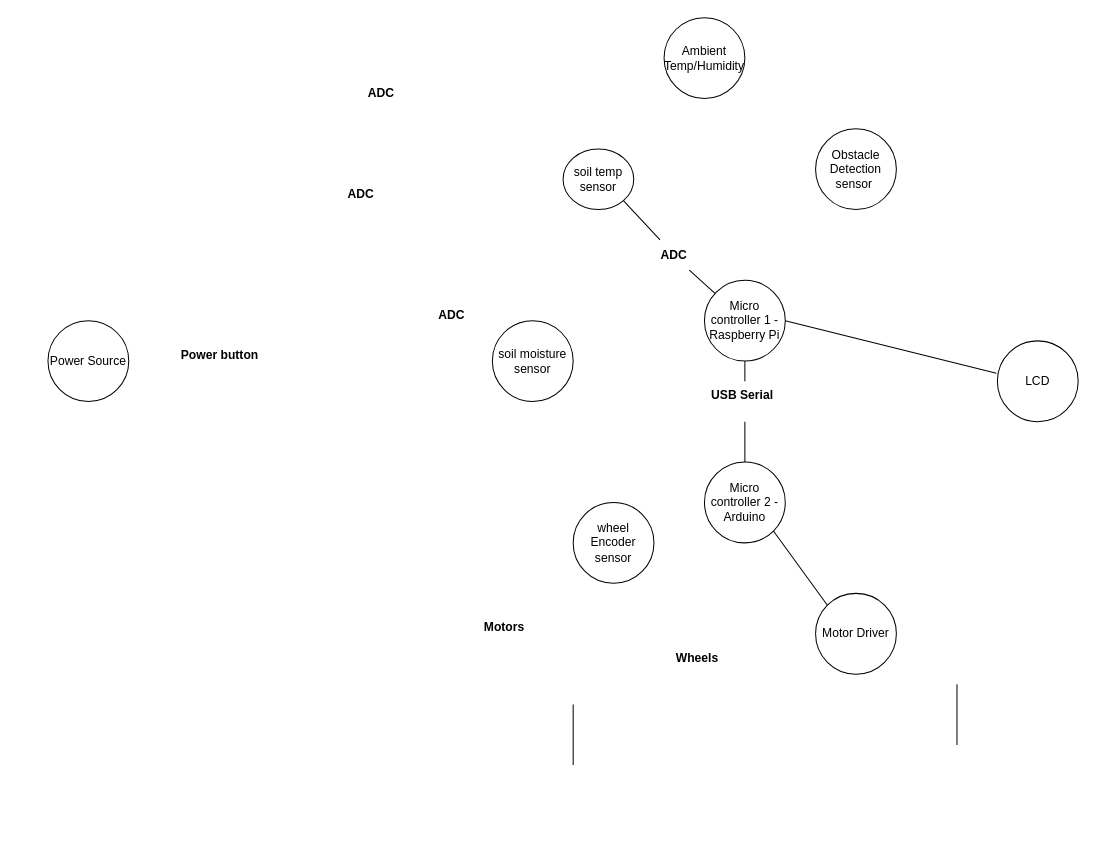
Before: ROVER Mind Mapping .drawio in Trixx4191/Agro-Rover, a draw.io diagram. Source tidied: cells renumbered, new cells numbered last; positions are measured from the earlier drawing's top-left corner, leaving out a move shared by most shapes. Both pictures are drawn from the tidied source at 101%, with x=0, y=0 at pixel (47, 17).
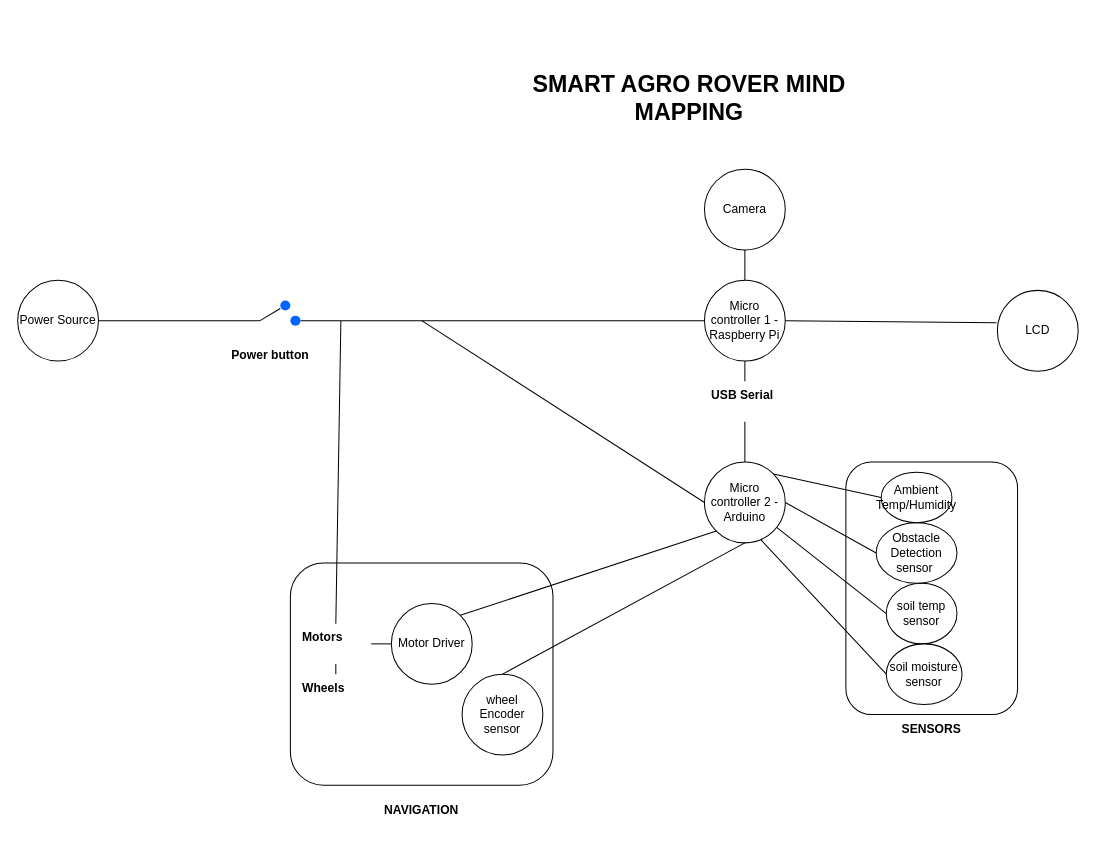
The same diagram, later.

Unchanged cells that the change refers to:
```xml
<mxCell id="3" value="Micro controller 2 -Arduino" style="ellipse;whiteSpace=wrap;html=1;" parent="1" vertex="1">
  <mxGeometry x="650" y="440" width="80" height="80" as="geometry" />
</mxCell>
<mxCell id="4" value="Micro controller 1 -Raspberry Pi" style="ellipse;whiteSpace=wrap;html=1;" parent="1" vertex="1">
  <mxGeometry x="650" y="260" width="80" height="80" as="geometry" />
</mxCell>
```

What changed in the source:
```diff
@@
+    <mxCell id="28" style="rounded=1;whiteSpace=wrap;html=1;" parent="1" vertex="1">
+      <mxGeometry x="240" y="540" width="260" height="220" as="geometry" />
+    </mxCell>
+    <mxCell id="29" style="rounded=1;whiteSpace=wrap;html=1;rotation=90;" parent="1" vertex="1">
+      <mxGeometry x="750" y="480" width="250" height="170" as="geometry" />
+    </mxCell>
     <mxCell id="2" value="soil temp sensor" style="ellipse;whiteSpace=wrap;html=1;" parent="1" vertex="1">
-      <mxGeometry x="510" y="130" width="70" height="60" as="geometry" />
+      <mxGeometry x="830" y="560" width="70" height="60" as="geometry" />
     </mxCell>
@@
     <mxCell id="5" value="Obstacle Detection sensor&amp;nbsp;" style="ellipse;whiteSpace=wrap;html=1;" parent="1" vertex="1">
-      <mxGeometry x="760" y="110" width="80" height="80" as="geometry" />
+      <mxGeometry x="820" y="500" width="80" height="60" as="geometry" />
     </mxCell>
     <mxCell id="6" value="wheel Encoder sensor" style="ellipse;whiteSpace=wrap;html=1;" parent="1" vertex="1">
-      <mxGeometry x="520" y="480" width="80" height="80" as="geometry" />
+      <mxGeometry x="410" y="650" width="80" height="80" as="geometry" />
     </mxCell>
     <mxCell id="7" value="soil moisture sensor" style="ellipse;whiteSpace=wrap;html=1;" parent="1" vertex="1">
-      <mxGeometry x="440" y="300" width="80" height="80" as="geometry" />
+      <mxGeometry x="830" y="620" width="75" height="60" as="geometry" />
     </mxCell>
     <mxCell id="8" value="Power button" style="text;whiteSpace=wrap;fontStyle=1;" parent="1" vertex="1">
-      <mxGeometry x="130" y="320" width="110" height="50" as="geometry" />
+      <mxGeometry x="180" y="320" width="110" height="50" as="geometry" />
     </mxCell>
     <mxCell id="9" value="LCD" style="ellipse;whiteSpace=wrap;html=1;" parent="1" vertex="1">
-      <mxGeometry x="940" y="320" width="80" height="80" as="geometry" />
+      <mxGeometry x="940" y="270" width="80" height="80" as="geometry" />
     </mxCell>
     <mxCell id="10" value="Ambient Temp/Humidity" style="ellipse;whiteSpace=wrap;html=1;" parent="1" vertex="1">
-      <mxGeometry x="610" width="80" height="80" as="geometry" />
+      <mxGeometry x="825" y="450" width="70" height="50" as="geometry" />
     </mxCell>
-    <mxCell id="11" value="&lt;b&gt;ADC&lt;/b&gt;" style="text;html=1;whiteSpace=wrap;strokeColor=none;fillColor=none;align=center;verticalAlign=middle;rounded=0;" parent="1" vertex="1">
-      <mxGeometry x="300" y="60" width="60" height="30" as="geometry" />
-    </mxCell>
-    <mxCell id="12" value="&lt;b&gt;ADC&lt;/b&gt;" style="text;html=1;whiteSpace=wrap;strokeColor=none;fillColor=none;align=center;verticalAlign=middle;rounded=0;" parent="1" vertex="1">
-      <mxGeometry x="590" y="220" width="60" height="30" as="geometry" />
-    </mxCell>
-    <mxCell id="13" value="&lt;b&gt;ADC&lt;/b&gt;" style="text;html=1;whiteSpace=wrap;strokeColor=none;fillColor=none;align=center;verticalAlign=middle;rounded=0;" parent="1" vertex="1">
-      <mxGeometry x="280" y="160" width="60" height="30" as="geometry" />
-    </mxCell>
     <mxCell id="14" value="Motor Driver" style="ellipse;whiteSpace=wrap;html=1;" parent="1" vertex="1">
-      <mxGeometry x="760" y="570" width="80" height="80" as="geometry" />
+      <mxGeometry x="340" y="580" width="80" height="80" as="geometry" />
     </mxCell>
     <mxCell id="15" value="Power Source" style="ellipse;whiteSpace=wrap;html=1;" parent="1" vertex="1">
-      <mxGeometry y="300" width="80" height="80" as="geometry" />
+      <mxGeometry x="-30" y="260" width="80" height="80" as="geometry" />
     </mxCell>
     <mxCell id="16" value="Wheels" style="text;whiteSpace=wrap;fontStyle=1;" parent="1" vertex="1">
-      <mxGeometry x="620" y="620" width="70" height="40" as="geometry" />
+      <mxGeometry x="250" y="650" width="70" height="40" as="geometry" />
     </mxCell>
     <mxCell id="17" value="Motors" style="text;whiteSpace=wrap;fontStyle=1;" parent="1" vertex="1">
-      <mxGeometry x="430" y="590" width="70" height="40" as="geometry" />
+      <mxGeometry x="250" y="600" width="70" height="40" as="geometry" />
     </mxCell>
-    <mxCell id="18" value="&lt;b&gt;ADC&lt;/b&gt;" style="text;html=1;whiteSpace=wrap;strokeColor=none;fillColor=none;align=center;verticalAlign=middle;rounded=0;" parent="1" vertex="1">
-      <mxGeometry x="370" y="280" width="60" height="30" as="geometry" />
-    </mxCell>
@@
-    <mxCell id="20" style="endArrow=none;html=1;rounded=0;entryX=1;entryY=1;entryDx=0;entryDy=0;" parent="1" edge="1" source="12" target="2">
-      <mxGeometry relative="1" as="geometry" />
-    </mxCell>
@@
-    <mxCell id="22" style="endArrow=none;html=1;rounded=0;entryX=0.5;entryY=1;entryDx=0;entryDy=0;" parent="1" edge="1">
-      <mxGeometry relative="1" as="geometry">
-        <mxPoint x="900" y="720" as="sourcePoint" />
-        <mxPoint x="900" y="660" as="targetPoint" />
-      </mxGeometry>
-    </mxCell>
-    <mxCell id="23" style="endArrow=none;html=1;rounded=0;entryX=0.75;entryY=1;entryDx=0;entryDy=0;" parent="1" edge="1" source="4" target="12">
-      <mxGeometry relative="1" as="geometry" />
-    </mxCell>
-    <mxCell id="24" style="endArrow=none;html=1;rounded=0;entryX=1;entryY=1;entryDx=0;entryDy=0;exitX=0;exitY=0;exitDx=0;exitDy=0;" parent="1" edge="1" source="14" target="3">
+    <mxCell id="24" style="endArrow=none;html=1;rounded=0;entryX=0;entryY=1;entryDx=0;entryDy=0;exitX=1;exitY=0;exitDx=0;exitDy=0;" parent="1" edge="1" source="14" target="3">
       <mxGeometry relative="1" as="geometry" />
     </mxCell>
@@
-    <mxCell id="26" style="endArrow=none;html=1;rounded=0;entryX=0.5;entryY=1;entryDx=0;entryDy=0;" parent="1" edge="1">
-      <mxGeometry relative="1" as="geometry">
-        <mxPoint x="520" y="740" as="sourcePoint" />
-        <mxPoint x="520" y="680" as="targetPoint" />
-      </mxGeometry>
+    <mxCell id="26" style="endArrow=none;html=1;rounded=0;exitX=0.5;exitY=0;exitDx=0;exitDy=0;entryX=0.5;entryY=1;entryDx=0;entryDy=0;" parent="1" edge="1" source="6" target="3">
+      <mxGeometry relative="1" as="geometry" />
     </mxCell>
@@
+    <mxCell id="30" style="endArrow=none;html=1;rounded=0;entryX=0;entryY=0.5;entryDx=0;entryDy=0;" parent="1" edge="1" source="38" target="4">
+      <mxGeometry relative="1" as="geometry" />
+    </mxCell>
+    <mxCell id="31" style="endArrow=none;html=1;rounded=0;entryX=0;entryY=0.5;entryDx=0;entryDy=0;" parent="1" edge="1" target="3">
+      <mxGeometry relative="1" as="geometry">
+        <mxPoint x="370" y="300" as="sourcePoint" />
+      </mxGeometry>
+    </mxCell>
+    <mxCell id="32" style="endArrow=none;html=1;rounded=0;entryX=0.5;entryY=1;entryDx=0;entryDy=0;exitX=0.5;exitY=0;exitDx=0;exitDy=0;" parent="1" edge="1" source="16" target="17">
+      <mxGeometry relative="1" as="geometry" />
+    </mxCell>
+    <mxCell id="33" style="endArrow=none;html=1;rounded=0;exitX=1;exitY=0.5;exitDx=0;exitDy=0;" parent="1" edge="1" source="15">
+      <mxGeometry relative="1" as="geometry">
+        <mxPoint x="210" y="300" as="targetPoint" />
+      </mxGeometry>
+    </mxCell>
+    <mxCell id="34" style="endArrow=none;html=1;rounded=0;" parent="1" edge="1" source="36">
+      <mxGeometry relative="1" as="geometry">
+        <mxPoint x="240" y="280" as="targetPoint" />
+      </mxGeometry>
+    </mxCell>
+    <mxCell id="35" style="endArrow=none;html=1;rounded=0;" parent="1" edge="1" target="36">
+      <mxGeometry relative="1" as="geometry">
+        <mxPoint x="210" y="300" as="sourcePoint" />
+      </mxGeometry>
+    </mxCell>
+    <mxCell id="36" style="shape=ellipse;fillColor=#0065FF;strokeColor=none;html=1;sketch=0;" parent="1" vertex="1">
+      <mxGeometry x="230" y="280" width="10" height="10" as="geometry" />
+    </mxCell>
+    <mxCell id="37" style="endArrow=none;html=1;rounded=0;entryX=0;entryY=0.5;entryDx=0;entryDy=0;" parent="1" edge="1" target="38">
+      <mxGeometry relative="1" as="geometry">
+        <mxPoint x="240" y="300" as="sourcePoint" />
+      </mxGeometry>
+    </mxCell>
+    <mxCell id="38" style="shape=ellipse;fillColor=#0065FF;strokeColor=none;html=1;sketch=0;" parent="1" vertex="1">
+      <mxGeometry x="240" y="295" width="10" height="10" as="geometry" />
+    </mxCell>
+    <mxCell id="39" style="endArrow=none;html=1;rounded=0;entryX=0;entryY=0.5;entryDx=0;entryDy=0;exitX=1;exitY=0;exitDx=0;exitDy=0;" parent="1" edge="1" source="3" target="10">
+      <mxGeometry relative="1" as="geometry" />
+    </mxCell>
+    <mxCell id="40" style="endArrow=none;html=1;rounded=0;entryX=0;entryY=0.5;entryDx=0;entryDy=0;exitX=1;exitY=0.5;exitDx=0;exitDy=0;" parent="1" edge="1" source="3" target="5">
+      <mxGeometry relative="1" as="geometry" />
+    </mxCell>
+    <mxCell id="41" style="endArrow=none;html=1;rounded=0;entryX=0;entryY=0.5;entryDx=0;entryDy=0;" parent="1" edge="1" source="3" target="2">
+      <mxGeometry relative="1" as="geometry" />
+    </mxCell>
+    <mxCell id="42" style="endArrow=none;html=1;rounded=0;entryX=0;entryY=0.5;entryDx=0;entryDy=0;exitX=0.7;exitY=0.963;exitDx=0;exitDy=0;exitPerimeter=0;" parent="1" edge="1" source="3" target="7">
+      <mxGeometry relative="1" as="geometry" />
+    </mxCell>
+    <mxCell id="43" value="Camera" style="ellipse;whiteSpace=wrap;html=1;" parent="1" vertex="1">
+      <mxGeometry x="650" y="150" width="80" height="80" as="geometry" />
+    </mxCell>
+    <mxCell id="44" style="endArrow=none;html=1;rounded=0;entryX=0.5;entryY=1;entryDx=0;entryDy=0;exitX=0.5;exitY=0;exitDx=0;exitDy=0;" parent="1" edge="1" source="4" target="43">
+      <mxGeometry relative="1" as="geometry" />
+    </mxCell>
+    <mxCell id="45" value="&lt;b&gt;SENSORS&lt;/b&gt;" style="text;html=1;whiteSpace=wrap;strokeColor=none;fillColor=none;align=center;verticalAlign=middle;rounded=0;" parent="1" vertex="1">
+      <mxGeometry x="845" y="690" width="60" height="30" as="geometry" />
+    </mxCell>
+    <mxCell id="46" style="endArrow=none;html=1;rounded=0;exitX=0.5;exitY=0;exitDx=0;exitDy=0;" parent="1" edge="1" source="17">
+      <mxGeometry relative="1" as="geometry">
+        <mxPoint x="290" y="300" as="targetPoint" />
+      </mxGeometry>
+    </mxCell>
+    <mxCell id="47" style="endArrow=none;html=1;rounded=0;entryX=1;entryY=0.5;entryDx=0;entryDy=0;exitX=0;exitY=0.5;exitDx=0;exitDy=0;" parent="1" edge="1" source="14" target="17">
+      <mxGeometry relative="1" as="geometry" />
+    </mxCell>
+    <mxCell id="48" value="&lt;b&gt;NAVIGATION&lt;/b&gt;" style="text;html=1;whiteSpace=wrap;strokeColor=none;fillColor=none;align=center;verticalAlign=middle;rounded=0;" parent="1" vertex="1">
+      <mxGeometry x="340" y="770" width="60" height="30" as="geometry" />
+    </mxCell>
+    <mxCell id="49" value="&lt;b&gt;&lt;font style=&quot;font-size: 23px;&quot;&gt;SMART AGRO ROVER MIND MAPPING&lt;/font&gt;&lt;/b&gt;" style="text;html=1;whiteSpace=wrap;strokeColor=none;fillColor=none;align=center;verticalAlign=middle;rounded=0;" parent="1" vertex="1">
+      <mxGeometry x="459" y="50" width="352" height="60" as="geometry" />
+    </mxCell>
```
